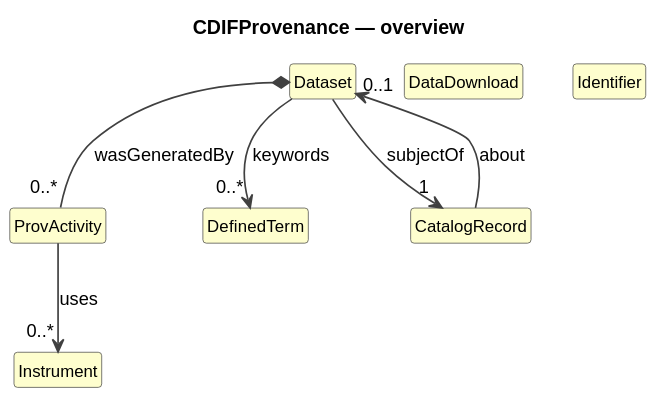
Above: cdif-uml-model/CDIFProvenance/index.local.svg in Cross-Domain-Interoperability-Framework/metadataBuildingBlocks (PlantUML), before the change. Its diagram source:
```plantuml
@startuml
title CDIFProvenance — overview
hide circle
hide empty members
skinparam shadowing false
skinparam ArrowThickness 1.2
skinparam class {
  ArrowColor #404040
  BorderColor #404040
  FontSize 12
}

class "ProvActivity" as ProvActivity #FEFECE
class "Instrument" as Instrument #FEFECE
class "Dataset" as Dataset #FEFECE
class "DataDownload" as DataDownload #FEFECE
class "DefinedTerm" as DefinedTerm #FEFECE
class "Identifier" as Identifier #FEFECE
class "CatalogRecord" as CatalogRecord #FEFECE
ProvActivity --> "0..*" Instrument : uses
Dataset *-- "0..*" ProvActivity : wasGeneratedBy
Dataset --> "1" CatalogRecord : subjectOf
Dataset --> "0..*" DefinedTerm : keywords
CatalogRecord --> "0..1" Dataset : about
@enduml
```
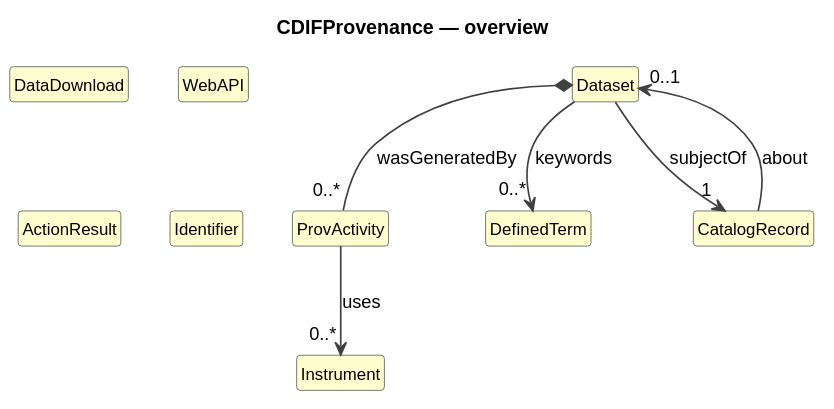
After the commit.

Change to the diagram source:
```diff
@@ -14,6 +14,8 @@
 class "Instrument" as Instrument #FEFECE
 class "Dataset" as Dataset #FEFECE
 class "DataDownload" as DataDownload #FEFECE
+class "WebAPI" as WebAPI #FEFECE
+class "ActionResult" as ActionResult #FEFECE
 class "DefinedTerm" as DefinedTerm #FEFECE
 class "Identifier" as Identifier #FEFECE
 class "CatalogRecord" as CatalogRecord #FEFECE
```
